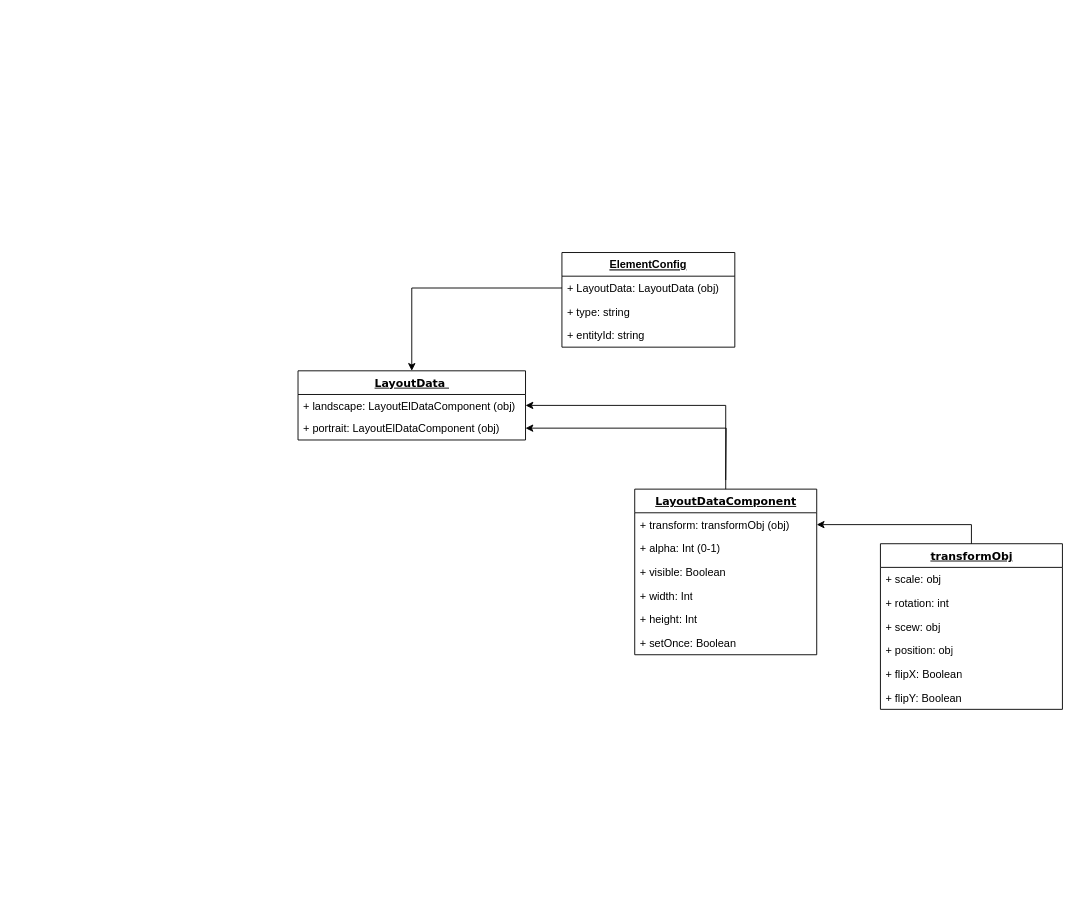
MatthewKarpenko/LayoutEditor-diagrams keeps this draw.io diagram as Transform data save format.drawio. Above is the earlier version. Source tidied: cells renumbered, new cells numbered last; positions are measured from the earlier drawing's top-left corner, leaving out a move shared by most shapes. Both pictures are drawn from the tidied source at 91%, with x=0, y=0 at pixel (298, 252).
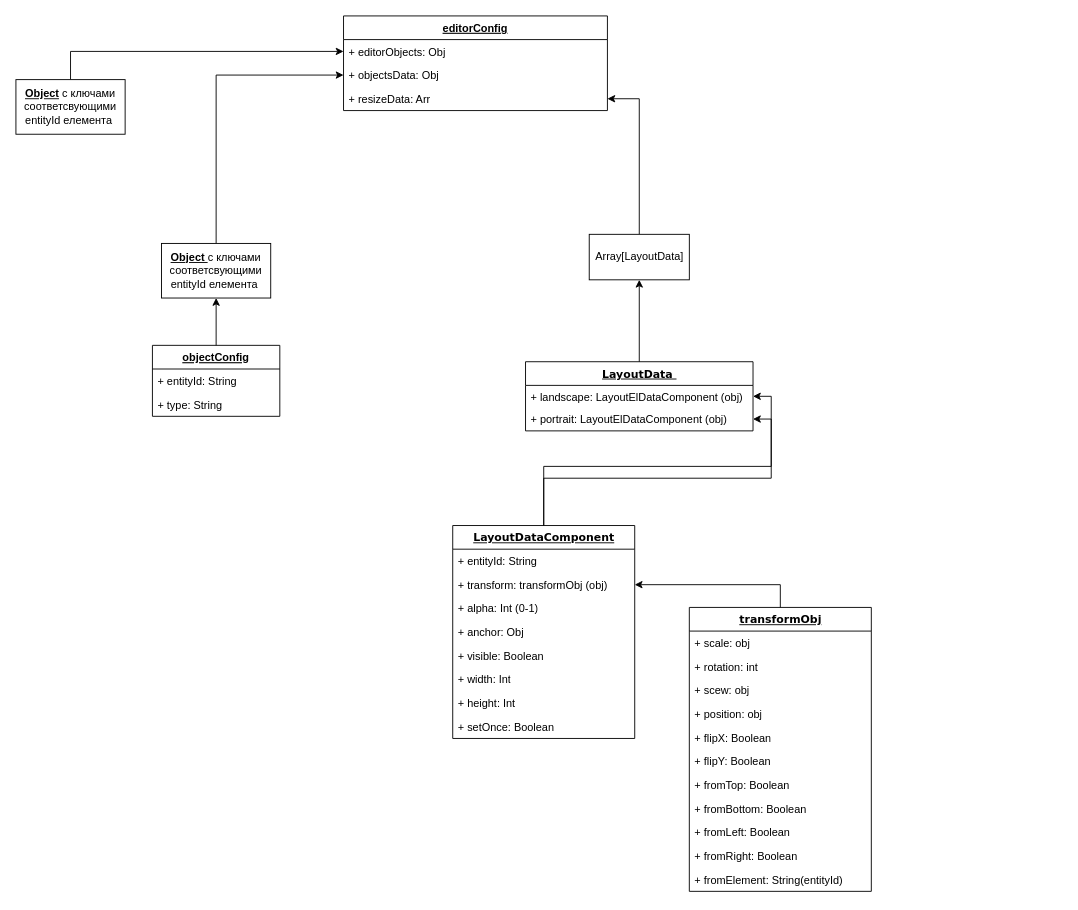
Above is the later version.

The change refers to these unchanged cells:
```xml
<mxCell id="4" value="+ portrait: LayoutElDataComponent (obj)" style="text;html=1;strokeColor=none;fillColor=none;align=left;verticalAlign=top;spacingLeft=4;spacingRight=4;whiteSpace=wrap;overflow=hidden;points=[[0,0.5],[1,0.5]];portConstraint=eastwest;" parent="2" vertex="1">
  <mxGeometry y="50" width="250" height="26" as="geometry" />
</mxCell>
```

Change to the diagram source:
```diff
@@
+    <mxCell id="27" style="edgeStyle=orthogonalEdgeStyle;rounded=0;jettySize=auto;html=1;exitX=0.5;exitY=0;exitDx=0;exitDy=0;entryX=0.5;entryY=1;entryDx=0;entryDy=0;fontColor=#000000;" parent="1" edge="1" source="2" target="41">
+      <mxGeometry relative="1" as="geometry" />
+    </mxCell>
     <mxCell id="2" value="&lt;u&gt;LayoutData&amp;nbsp;&lt;/u&gt;" style="swimlane;html=1;fontStyle=1;align=center;verticalAlign=top;horizontal=1;startSize=26;swimlaneFillColor=#ffffff;rounded=0;shadow=0;comic=0;labelBackgroundColor=none;strokeWidth=1;fillColor=none;fontFamily=Verdana;fontSize=12;" parent="1" vertex="1">
-      <mxGeometry y="130" width="250" height="76" as="geometry" />
+      <mxGeometry x="250" y="120" width="250" height="76" as="geometry" />
     </mxCell>
@@
     <mxCell id="6" value="&lt;u&gt;LayoutDataComponent&lt;/u&gt;" style="swimlane;html=1;fontStyle=1;align=center;verticalAlign=top;horizontal=1;startSize=26;swimlaneFillColor=#ffffff;rounded=0;shadow=0;comic=0;labelBackgroundColor=none;strokeWidth=1;fillColor=none;fontFamily=Verdana;fontSize=12;" parent="1" vertex="1">
-      <mxGeometry x="370" y="260" width="200" height="182" as="geometry" />
+      <mxGeometry x="170" y="300" width="200" height="234" as="geometry" />
     </mxCell>
+    <mxCell id="28" value="+ entityId: String" style="text;html=1;strokeColor=none;fillColor=none;align=left;verticalAlign=top;spacingLeft=4;spacingRight=4;whiteSpace=wrap;overflow=hidden;" parent="6" vertex="1">
+      <mxGeometry y="26" width="200" height="26" as="geometry" />
+    </mxCell>
     <mxCell id="7" value="+ transform: transformObj (obj)" style="text;html=1;strokeColor=none;fillColor=none;align=left;verticalAlign=top;spacingLeft=4;spacingRight=4;whiteSpace=wrap;overflow=hidden;points=[[0,0.5],[1,0.5]];portConstraint=eastwest;" parent="6" vertex="1">
-      <mxGeometry y="26" width="200" height="26" as="geometry" />
+      <mxGeometry y="52" width="200" height="26" as="geometry" />
     </mxCell>
     <mxCell id="8" value="+ alpha: Int (0-1)" style="text;html=1;strokeColor=none;fillColor=none;align=left;verticalAlign=top;spacingLeft=4;spacingRight=4;whiteSpace=wrap;overflow=hidden;" parent="6" vertex="1">
-      <mxGeometry y="52" width="200" height="26" as="geometry" />
+      <mxGeometry y="78" width="200" height="26" as="geometry" />
     </mxCell>
+    <mxCell id="29" value="+ anchor: Obj" style="text;html=1;strokeColor=none;fillColor=none;align=left;verticalAlign=top;spacingLeft=4;spacingRight=4;whiteSpace=wrap;overflow=hidden;" parent="6" vertex="1">
+      <mxGeometry y="104" width="200" height="26" as="geometry" />
+    </mxCell>
     <mxCell id="9" value="+ visible: Boolean" style="text;html=1;strokeColor=none;fillColor=none;align=left;verticalAlign=top;spacingLeft=4;spacingRight=4;whiteSpace=wrap;overflow=hidden;" parent="6" vertex="1">
-      <mxGeometry y="78" width="200" height="26" as="geometry" />
+      <mxGeometry y="130" width="200" height="26" as="geometry" />
     </mxCell>
     <mxCell id="10" value="+ width: Int" style="text;html=1;strokeColor=none;fillColor=none;align=left;verticalAlign=top;spacingLeft=4;spacingRight=4;whiteSpace=wrap;overflow=hidden;" parent="6" vertex="1">
-      <mxGeometry y="104" width="200" height="26" as="geometry" />
+      <mxGeometry y="156" width="200" height="26" as="geometry" />
     </mxCell>
     <mxCell id="11" value="+ height: Int" style="text;html=1;strokeColor=none;fillColor=none;align=left;verticalAlign=top;spacingLeft=4;spacingRight=4;whiteSpace=wrap;overflow=hidden;" parent="6" vertex="1">
-      <mxGeometry y="130" width="200" height="26" as="geometry" />
+      <mxGeometry y="182" width="200" height="26" as="geometry" />
     </mxCell>
     <mxCell id="12" value="+ setOnce: Boolean" style="text;html=1;strokeColor=none;fillColor=none;align=left;verticalAlign=top;spacingLeft=4;spacingRight=4;whiteSpace=wrap;overflow=hidden;" parent="6" vertex="1">
-      <mxGeometry y="156" width="200" height="26" as="geometry" />
+      <mxGeometry y="208" width="200" height="26" as="geometry" />
     </mxCell>
@@
     <mxCell id="14" value="&lt;u&gt;transformObj&lt;/u&gt;" style="swimlane;html=1;fontStyle=1;align=center;verticalAlign=top;horizontal=1;startSize=26;swimlaneFillColor=#ffffff;rounded=0;shadow=0;comic=0;labelBackgroundColor=none;strokeWidth=1;fillColor=none;fontFamily=Verdana;fontSize=12;" parent="1" vertex="1">
-      <mxGeometry x="640" y="320" width="200" height="182" as="geometry" />
+      <mxGeometry x="430" y="390" width="200" height="312" as="geometry" />
     </mxCell>
@@
+    <mxCell id="30" value="+ fromTop: Boolean" style="text;html=1;strokeColor=none;fillColor=none;align=left;verticalAlign=top;spacingLeft=4;spacingRight=4;whiteSpace=wrap;overflow=hidden;" parent="14" vertex="1">
+      <mxGeometry y="182" width="200" height="26" as="geometry" />
+    </mxCell>
+    <mxCell id="31" value="+ fromBottom: Boolean" style="text;html=1;strokeColor=none;fillColor=none;align=left;verticalAlign=top;spacingLeft=4;spacingRight=4;whiteSpace=wrap;overflow=hidden;" parent="14" vertex="1">
+      <mxGeometry y="208" width="200" height="26" as="geometry" />
+    </mxCell>
+    <mxCell id="32" value="+ fromLeft: Boolean" style="text;html=1;strokeColor=none;fillColor=none;align=left;verticalAlign=top;spacingLeft=4;spacingRight=4;whiteSpace=wrap;overflow=hidden;" parent="14" vertex="1">
+      <mxGeometry y="234" width="200" height="26" as="geometry" />
+    </mxCell>
+    <mxCell id="33" value="+ fromRight: Boolean" style="text;html=1;strokeColor=none;fillColor=none;align=left;verticalAlign=top;spacingLeft=4;spacingRight=4;whiteSpace=wrap;overflow=hidden;" parent="14" vertex="1">
+      <mxGeometry y="260" width="200" height="26" as="geometry" />
+    </mxCell>
+    <mxCell id="34" value="+ fromElement: String(entityId)" style="text;html=1;strokeColor=none;fillColor=none;align=left;verticalAlign=top;spacingLeft=4;spacingRight=4;whiteSpace=wrap;overflow=hidden;" parent="14" vertex="1">
+      <mxGeometry y="286" width="200" height="26" as="geometry" />
+    </mxCell>
-    <mxCell id="21" style="edgeStyle=orthogonalEdgeStyle;rounded=0;jettySize=auto;html=1;entryX=1;entryY=0.5;entryDx=0;entryDy=0;" parent="1" edge="1" target="4">
-      <mxGeometry relative="1" as="geometry">
-        <mxPoint x="470" y="250" as="sourcePoint" />
-      </mxGeometry>
+    <mxCell id="21" style="edgeStyle=orthogonalEdgeStyle;rounded=0;jettySize=auto;html=1;entryX=1;entryY=0.5;entryDx=0;entryDy=0;exitX=0.5;exitY=0;exitDx=0;exitDy=0;" parent="1" edge="1" source="6" target="4">
+      <mxGeometry relative="1" as="geometry" />
     </mxCell>
-    <mxCell id="22" value="ElementConfig" style="swimlane;fontStyle=5;horizontal=1;startSize=26;fillColor=none;" parent="1" vertex="1">
-      <mxGeometry x="290" width="190" height="104" as="geometry" />
-    </mxCell>
-    <mxCell id="23" value="+ LayoutData: LayoutData (obj)" style="text;strokeColor=none;fillColor=none;align=left;verticalAlign=top;spacingLeft=4;spacingRight=4;overflow=hidden;points=[[0,0.5],[1,0.5]];portConstraint=eastwest;" parent="22" vertex="1">
-      <mxGeometry y="26" width="190" height="26" as="geometry" />
-    </mxCell>
-    <mxCell id="24" value="+ type: string" style="text;strokeColor=none;fillColor=none;align=left;verticalAlign=top;spacingLeft=4;spacingRight=4;overflow=hidden;" parent="22" vertex="1">
-      <mxGeometry y="52" width="190" height="26" as="geometry" />
-    </mxCell>
-    <mxCell id="25" value="+ entityId: string" style="text;strokeColor=none;fillColor=none;align=left;verticalAlign=top;spacingLeft=4;spacingRight=4;overflow=hidden;" parent="22" vertex="1">
-      <mxGeometry y="78" width="190" height="26" as="geometry" />
-    </mxCell>
-    <mxCell id="26" style="edgeStyle=orthogonalEdgeStyle;rounded=0;jettySize=auto;html=1;exitX=0;exitY=0.5;exitDx=0;exitDy=0;entryX=0.5;entryY=0;entryDx=0;entryDy=0;" parent="1" edge="1" source="23" target="2">
-      <mxGeometry relative="1" as="geometry" />
-    </mxCell>
+    <mxCell id="35" value="editorConfig" style="swimlane;fontStyle=5;horizontal=1;startSize=26;fillColor=none;" parent="1" vertex="1">
+      <mxGeometry x="50" y="-260" width="290" height="104" as="geometry" />
+    </mxCell>
+    <mxCell id="36" value="+ editorObjects: Obj" style="text;strokeColor=none;fillColor=none;align=left;verticalAlign=top;spacingLeft=4;spacingRight=4;overflow=hidden;points=[[0,0.5],[1,0.5]];portConstraint=eastwest;" parent="35" vertex="1">
+      <mxGeometry y="26" width="290" height="26" as="geometry" />
+    </mxCell>
+    <mxCell id="37" value="+ objectsData: Obj " style="text;strokeColor=none;fillColor=none;align=left;verticalAlign=top;spacingLeft=4;spacingRight=4;overflow=hidden;points=[[0,0.5],[1,0.5]];portConstraint=eastwest;" parent="35" vertex="1">
+      <mxGeometry y="52" width="290" height="26" as="geometry" />
+    </mxCell>
+    <mxCell id="38" value="+ resizeData: Arr" style="text;strokeColor=none;fillColor=none;align=left;verticalAlign=top;spacingLeft=4;spacingRight=4;overflow=hidden;points=[[0,0.5],[1,0.5]];portConstraint=eastwest;" parent="35" vertex="1">
+      <mxGeometry y="78" width="290" height="26" as="geometry" />
+    </mxCell>
+    <mxCell id="39" style="edgeStyle=orthogonalEdgeStyle;rounded=0;jettySize=auto;html=1;exitX=0.5;exitY=0;exitDx=0;exitDy=0;entryX=0;entryY=0.5;entryDx=0;entryDy=0;fontColor=#000000;" parent="1" edge="1" source="44" target="36">
+      <mxGeometry relative="1" as="geometry" />
+    </mxCell>
+    <mxCell id="40" style="edgeStyle=orthogonalEdgeStyle;rounded=0;jettySize=auto;html=1;exitX=0.5;exitY=0;exitDx=0;exitDy=0;entryX=1;entryY=0.5;entryDx=0;entryDy=0;fontColor=#000000;" parent="1" edge="1" source="41" target="38">
+      <mxGeometry relative="1" as="geometry" />
+    </mxCell>
+    <mxCell id="41" value="Array[LayoutData]" style="html=1;fontColor=#000000;" parent="1" vertex="1">
+      <mxGeometry x="320" y="-20" width="110" height="50" as="geometry" />
+    </mxCell>
+    <mxCell id="42" style="edgeStyle=orthogonalEdgeStyle;rounded=0;jettySize=auto;html=1;exitX=0.5;exitY=0;exitDx=0;exitDy=0;entryX=0;entryY=0.5;entryDx=0;entryDy=0;fontColor=#000000;" parent="1" edge="1" source="43" target="37">
+      <mxGeometry relative="1" as="geometry" />
+    </mxCell>
+    <mxCell id="43" value="&lt;b&gt;&lt;u&gt;Object &lt;/u&gt;&lt;/b&gt;c ключами соответсвующими entityId елемента&amp;nbsp;" style="rounded=0;whiteSpace=wrap;html=1;fontColor=#000000;" parent="1" vertex="1">
+      <mxGeometry x="-150" y="-10" width="120" height="60" as="geometry" />
+    </mxCell>
+    <mxCell id="44" value="&lt;b&gt;&lt;u&gt;Object&lt;/u&gt;&lt;/b&gt; c ключами соответсвующими entityId елемента&amp;nbsp;" style="rounded=0;whiteSpace=wrap;html=1;fontColor=#000000;" parent="1" vertex="1">
+      <mxGeometry x="-310" y="-190" width="120" height="60" as="geometry" />
+    </mxCell>
+    <mxCell id="45" style="edgeStyle=orthogonalEdgeStyle;rounded=0;jettySize=auto;html=1;exitX=0.5;exitY=0;exitDx=0;exitDy=0;entryX=0.5;entryY=1;entryDx=0;entryDy=0;fontColor=#000000;" parent="1" edge="1" source="46" target="43">
+      <mxGeometry relative="1" as="geometry" />
+    </mxCell>
+    <mxCell id="46" value="objectConfig" style="swimlane;fontStyle=5;horizontal=1;startSize=26;fillColor=none;fontColor=#000000;" parent="1" vertex="1">
+      <mxGeometry x="-160" y="102" width="140" height="78" as="geometry" />
+    </mxCell>
+    <mxCell id="47" value="+ entityId: String" style="text;strokeColor=none;fillColor=none;align=left;verticalAlign=top;spacingLeft=4;spacingRight=4;overflow=hidden;" parent="46" vertex="1">
+      <mxGeometry y="26" width="140" height="26" as="geometry" />
+    </mxCell>
+    <mxCell id="48" value="+ type: String" style="text;strokeColor=none;fillColor=none;align=left;verticalAlign=top;spacingLeft=4;spacingRight=4;overflow=hidden;" parent="46" vertex="1">
+      <mxGeometry y="52" width="140" height="26" as="geometry" />
+    </mxCell>
```
